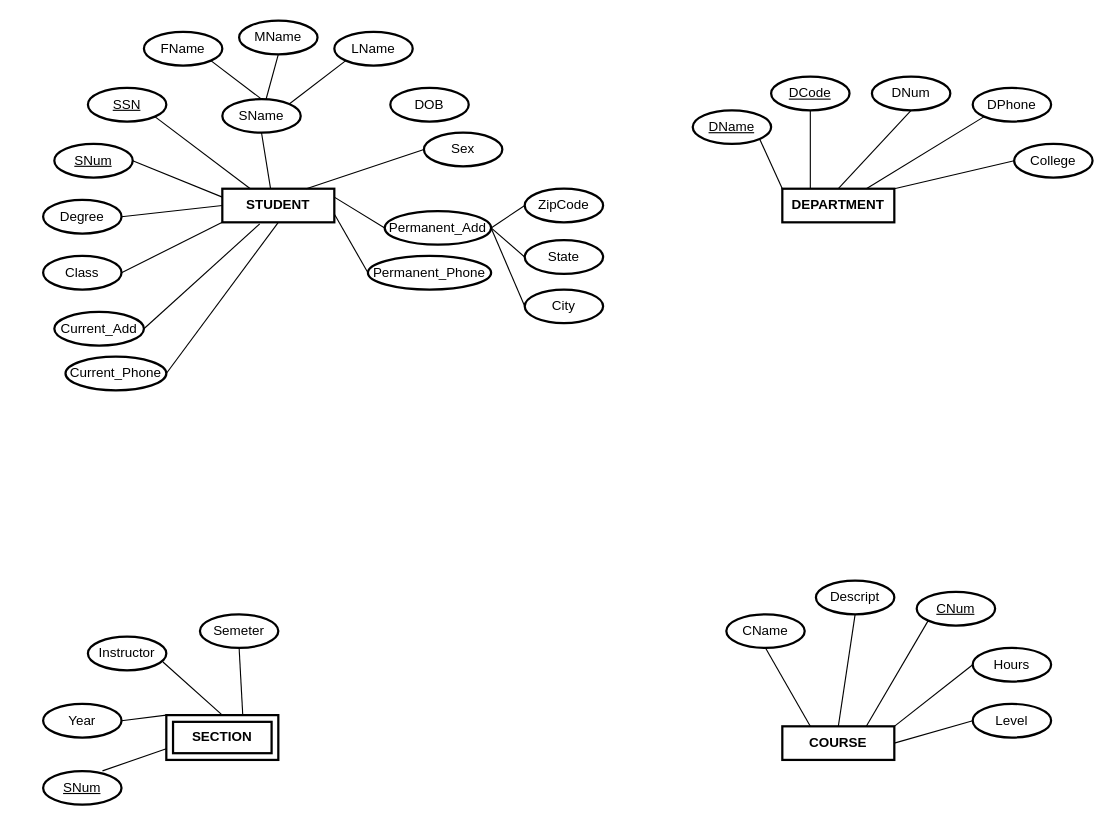
Earlier version of the draw.io diagram Ex1.drawio (kieuvantuyen01/testGit). Source tidied: cells renumbered, new cells numbered last; positions are measured from the earlier drawing's top-left corner, leaving out a move shared by most shapes. Both pictures are drawn from the tidied source at 112%, with x=0, y=0 at pixel (43, 20).
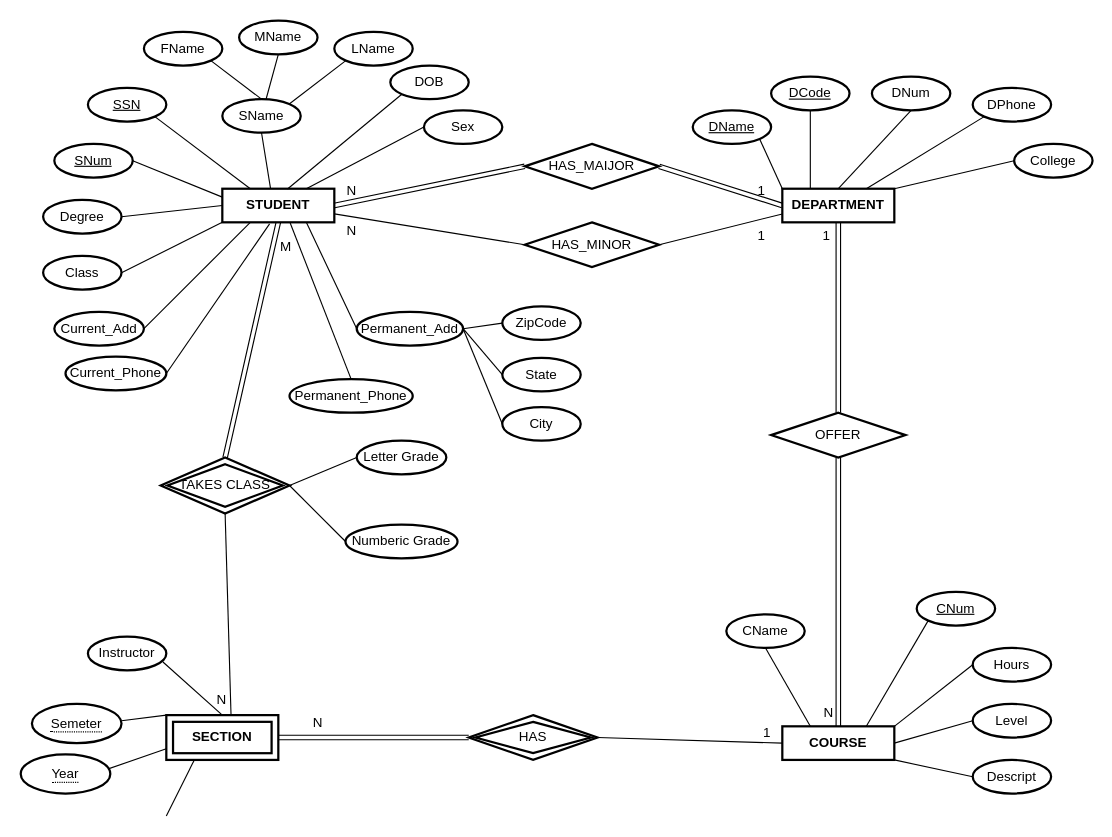
The same page after the edit.

Unchanged cells that the change refers to:
```xml
<mxCell id="2" value="STUDENT" style="rounded=0;whiteSpace=wrap;html=1;strokeWidth=2;fontStyle=1;" parent="1" vertex="1">
  <mxGeometry x="160" y="150" width="100" height="30" as="geometry" />
</mxCell>
<mxCell id="3" value="COURSE" style="rounded=0;whiteSpace=wrap;html=1;strokeWidth=2;fontStyle=1;" parent="1" vertex="1">
  <mxGeometry x="660" y="630" width="100" height="30" as="geometry" />
</mxCell>
<mxCell id="4" value="DEPARTMENT" style="rounded=0;whiteSpace=wrap;html=1;strokeWidth=2;fontStyle=1;" parent="1" vertex="1">
  <mxGeometry x="660" y="150" width="100" height="30" as="geometry" />
</mxCell>
<mxCell id="15" value="Current_Add" style="ellipse;whiteSpace=wrap;html=1;align=center;fontStyle=0;strokeWidth=2;" parent="1" vertex="1">
  <mxGeometry x="10" y="260" width="80" height="30" as="geometry" />
</mxCell>
<mxCell id="16" value="Current_Phone" style="ellipse;whiteSpace=wrap;html=1;align=center;fontStyle=0;strokeWidth=2;" parent="1" vertex="1">
  <mxGeometry x="20" y="300" width="90" height="30" as="geometry" />
</mxCell>
<mxCell id="36" value="&lt;b&gt;SECTION&lt;/b&gt;" style="shape=ext;margin=3;double=1;whiteSpace=wrap;html=1;align=center;strokeWidth=2;" parent="1" vertex="1">
  <mxGeometry x="110" y="620" width="100" height="40" as="geometry" />
</mxCell>
```

Diff of the diagram source:
```diff
@@
     <mxCell id="11" value="DOB" style="ellipse;whiteSpace=wrap;html=1;align=center;fontStyle=0;strokeWidth=2;" parent="1" vertex="1">
-      <mxGeometry x="310" y="60" width="70" height="30" as="geometry" />
+      <mxGeometry x="310" y="40" width="70" height="30" as="geometry" />
     </mxCell>
     <mxCell id="12" value="Sex" style="ellipse;whiteSpace=wrap;html=1;align=center;fontStyle=0;strokeWidth=2;" parent="1" vertex="1">
-      <mxGeometry x="340" y="100" width="70" height="30" as="geometry" />
+      <mxGeometry x="340" y="80" width="70" height="30" as="geometry" />
     </mxCell>
@@
     <mxCell id="17" value="Permanent_Add" style="ellipse;whiteSpace=wrap;html=1;align=center;fontStyle=0;strokeWidth=2;" parent="1" vertex="1">
-      <mxGeometry x="305" y="170" width="95" height="30" as="geometry" />
+      <mxGeometry x="280" y="260" width="95" height="30" as="geometry" />
     </mxCell>
     <mxCell id="18" value="Permanent_Phone" style="ellipse;whiteSpace=wrap;html=1;align=center;fontStyle=0;strokeWidth=2;" parent="1" vertex="1">
-      <mxGeometry x="290" y="210" width="110" height="30" as="geometry" />
+      <mxGeometry x="220" y="320" width="110" height="30" as="geometry" />
     </mxCell>
     <mxCell id="19" value="City" style="ellipse;whiteSpace=wrap;html=1;align=center;fontStyle=0;strokeWidth=2;" parent="1" vertex="1">
-      <mxGeometry x="430" y="240" width="70" height="30" as="geometry" />
+      <mxGeometry x="410" y="345" width="70" height="30" as="geometry" />
     </mxCell>
     <mxCell id="20" value="State" style="ellipse;whiteSpace=wrap;html=1;align=center;fontStyle=0;strokeWidth=2;" parent="1" vertex="1">
-      <mxGeometry x="430" y="196" width="70" height="30" as="geometry" />
+      <mxGeometry x="410" y="301" width="70" height="30" as="geometry" />
     </mxCell>
     <mxCell id="21" value="ZipCode" style="ellipse;whiteSpace=wrap;html=1;align=center;fontStyle=0;strokeWidth=2;" parent="1" vertex="1">
-      <mxGeometry x="430" y="150" width="70" height="30" as="geometry" />
+      <mxGeometry x="410" y="255" width="70" height="30" as="geometry" />
     </mxCell>
@@
     <mxCell id="28" value="Descript" style="ellipse;whiteSpace=wrap;html=1;align=center;fontStyle=0;strokeWidth=2;" parent="1" vertex="1">
-      <mxGeometry x="690" y="500" width="70" height="30" as="geometry" />
+      <mxGeometry x="830" y="660" width="70" height="30" as="geometry" />
     </mxCell>
@@
-    <mxCell id="33" value="Semeter" style="ellipse;whiteSpace=wrap;html=1;align=center;fontStyle=0;strokeWidth=2;" parent="1" vertex="1">
-      <mxGeometry x="140" y="530" width="70" height="30" as="geometry" />
-    </mxCell>
-    <mxCell id="34" value="Year" style="ellipse;whiteSpace=wrap;html=1;align=center;fontStyle=0;strokeWidth=2;" parent="1" vertex="1">
-      <mxGeometry y="610" width="70" height="30" as="geometry" />
-    </mxCell>
-    <mxCell id="35" value="SNum" style="ellipse;whiteSpace=wrap;html=1;align=center;fontStyle=4;strokeWidth=2;" parent="1" vertex="1">
-      <mxGeometry y="670" width="70" height="30" as="geometry" />
-    </mxCell>
@@
-    <mxCell id="39" style="endArrow=none;html=1;rounded=0;exitX=1;exitY=0.25;exitDx=0;exitDy=0;entryX=0;entryY=0.5;entryDx=0;entryDy=0;" parent="1" edge="1" source="2" target="17">
+    <mxCell id="39" style="endArrow=none;html=1;rounded=0;exitX=0.75;exitY=1;exitDx=0;exitDy=0;entryX=0;entryY=0.5;entryDx=0;entryDy=0;" parent="1" edge="1" source="2" target="17">
       <mxGeometry relative="1" as="geometry" />
     </mxCell>
-    <mxCell id="40" style="endArrow=none;html=1;rounded=0;exitX=1;exitY=0.75;exitDx=0;exitDy=0;entryX=0;entryY=0.5;entryDx=0;entryDy=0;" parent="1" edge="1" source="2" target="18">
+    <mxCell id="40" style="endArrow=none;html=1;rounded=0;exitX=0.606;exitY=1.02;exitDx=0;exitDy=0;entryX=0.5;entryY=0;entryDx=0;entryDy=0;exitPerimeter=0;" parent="1" edge="1" source="2" target="18">
       <mxGeometry relative="1" as="geometry" />
     </mxCell>
-    <mxCell id="41" style="endArrow=none;html=1;rounded=0;exitX=0.5;exitY=1;exitDx=0;exitDy=0;entryX=1;entryY=0.5;entryDx=0;entryDy=0;" parent="1" edge="1" source="2" target="16">
+    <mxCell id="41" style="endArrow=none;html=1;rounded=0;exitX=0.422;exitY=1.047;exitDx=0;exitDy=0;entryX=1;entryY=0.5;entryDx=0;entryDy=0;exitPerimeter=0;" parent="1" edge="1" source="2" target="16">
       <mxGeometry relative="1" as="geometry" />
     </mxCell>
-    <mxCell id="42" style="endArrow=none;html=1;rounded=0;exitX=0.334;exitY=1.047;exitDx=0;exitDy=0;entryX=1;entryY=0.5;entryDx=0;entryDy=0;exitPerimeter=0;" parent="1" edge="1" source="2" target="15">
+    <mxCell id="42" style="endArrow=none;html=1;rounded=0;exitX=0.25;exitY=1;exitDx=0;exitDy=0;entryX=1;entryY=0.5;entryDx=0;entryDy=0;" parent="1" edge="1" source="2" target="15">
       <mxGeometry relative="1" as="geometry" />
     </mxCell>
@@
-    <mxCell id="59" style="endArrow=none;html=1;rounded=0;entryX=0.5;entryY=0;entryDx=0;entryDy=0;exitX=0.5;exitY=1;exitDx=0;exitDy=0;" parent="1" edge="1" source="28" target="3">
+    <mxCell id="59" style="endArrow=none;html=1;rounded=0;entryX=1;entryY=1;entryDx=0;entryDy=0;exitX=0;exitY=0.5;exitDx=0;exitDy=0;" parent="1" edge="1" source="28" target="3">
       <mxGeometry relative="1" as="geometry" />
     </mxCell>
@@
-    <mxCell id="63" style="endArrow=none;html=1;rounded=0;exitX=0.682;exitY=-0.025;exitDx=0;exitDy=0;exitPerimeter=0;entryX=0.5;entryY=1;entryDx=0;entryDy=0;" parent="1" edge="1" source="36" target="33">
-      <mxGeometry relative="1" as="geometry" />
+    <mxCell id="63" style="endArrow=none;html=1;rounded=0;exitX=0.25;exitY=1;exitDx=0;exitDy=0;" parent="1" edge="1" source="36">
+      <mxGeometry relative="1" as="geometry">
+        <mxPoint x="110" y="710" as="targetPoint" />
+      </mxGeometry>
     </mxCell>
@@
-    <mxCell id="65" style="endArrow=none;html=1;rounded=0;exitX=0;exitY=0;exitDx=0;exitDy=0;entryX=1;entryY=0.5;entryDx=0;entryDy=0;" parent="1" edge="1" source="36" target="34">
-      <mxGeometry relative="1" as="geometry" />
+    <mxCell id="65" style="endArrow=none;html=1;rounded=0;exitX=0;exitY=0;exitDx=0;exitDy=0;entryX=1;entryY=0.5;entryDx=0;entryDy=0;" parent="1" edge="1" source="36">
+      <mxGeometry relative="1" as="geometry">
+        <mxPoint x="70" y="625" as="targetPoint" />
+      </mxGeometry>
     </mxCell>
-    <mxCell id="66" style="endArrow=none;html=1;rounded=0;exitX=0;exitY=0.75;exitDx=0;exitDy=0;entryX=0.757;entryY=-0.007;entryDx=0;entryDy=0;entryPerimeter=0;" parent="1" edge="1" source="36" target="35">
-      <mxGeometry relative="1" as="geometry" />
+    <mxCell id="66" style="endArrow=none;html=1;rounded=0;exitX=0;exitY=0.75;exitDx=0;exitDy=0;entryX=0.757;entryY=-0.007;entryDx=0;entryDy=0;entryPerimeter=0;" parent="1" edge="1" source="36">
+      <mxGeometry relative="1" as="geometry">
+        <mxPoint x="53" y="669.8" as="targetPoint" />
+      </mxGeometry>
     </mxCell>
+    <mxCell id="67" value="HAS_MAIJOR" style="shape=rhombus;perimeter=rhombusPerimeter;whiteSpace=wrap;html=1;align=center;strokeWidth=2;" parent="1" vertex="1">
+      <mxGeometry x="430" y="110" width="120" height="40" as="geometry" />
+    </mxCell>
+    <mxCell id="68" value="HAS_MINOR" style="shape=rhombus;perimeter=rhombusPerimeter;whiteSpace=wrap;html=1;align=center;strokeWidth=2;" parent="1" vertex="1">
+      <mxGeometry x="430" y="180" width="120" height="40" as="geometry" />
+    </mxCell>
+    <mxCell id="69" style="endArrow=none;html=1;rounded=0;exitX=0.582;exitY=0.007;exitDx=0;exitDy=0;entryX=0;entryY=1;entryDx=0;entryDy=0;exitPerimeter=0;" parent="1" edge="1" source="2" target="11">
+      <mxGeometry relative="1" as="geometry" />
+    </mxCell>
+    <mxCell id="70" style="shape=link;html=1;rounded=0;entryX=0;entryY=0.5;entryDx=0;entryDy=0;exitX=1;exitY=0.5;exitDx=0;exitDy=0;" parent="1" edge="1" source="67" target="4">
+      <mxGeometry relative="1" as="geometry" />
+    </mxCell>
+    <mxCell id="71" value="1" style="html=1;align=right;verticalAlign=bottom;" parent="70" vertex="1">
+      <mxGeometry x="1" relative="1" as="geometry">
+        <mxPoint x="-14.6" y="-4.9" as="offset" />
+      </mxGeometry>
+    </mxCell>
+    <mxCell id="72" style="shape=link;html=1;rounded=0;exitX=1;exitY=0.5;exitDx=0;exitDy=0;entryX=0;entryY=0.5;entryDx=0;entryDy=0;" parent="1" edge="1" source="2" target="67">
+      <mxGeometry relative="1" as="geometry" />
+    </mxCell>
+    <mxCell id="73" value="N" style="html=1;align=right;verticalAlign=bottom;" parent="72" vertex="1">
+      <mxGeometry x="1" relative="1" as="geometry">
+        <mxPoint x="-150.4" y="30.1" as="offset" />
+      </mxGeometry>
+    </mxCell>
+    <mxCell id="74" style="endArrow=none;html=1;rounded=0;entryX=0;entryY=0.75;entryDx=0;entryDy=0;exitX=1;exitY=0.5;exitDx=0;exitDy=0;" parent="1" edge="1" source="68" target="4">
+      <mxGeometry relative="1" as="geometry" />
+    </mxCell>
+    <mxCell id="75" value="1" style="html=1;align=right;verticalAlign=bottom;" parent="74" vertex="1">
+      <mxGeometry x="1" relative="1" as="geometry">
+        <mxPoint x="-14.6" y="27.4" as="offset" />
+      </mxGeometry>
+    </mxCell>
+    <mxCell id="76" style="endArrow=none;html=1;rounded=0;exitX=1;exitY=0.75;exitDx=0;exitDy=0;entryX=0;entryY=0.5;entryDx=0;entryDy=0;" parent="1" edge="1" source="2" target="68">
+      <mxGeometry relative="1" as="geometry" />
+    </mxCell>
+    <mxCell id="77" value="N" style="html=1;align=right;verticalAlign=bottom;" parent="76" vertex="1">
+      <mxGeometry x="1" relative="1" as="geometry">
+        <mxPoint x="-149.8" y="-4" as="offset" />
+      </mxGeometry>
+    </mxCell>
+    <mxCell id="78" value="OFFER" style="shape=rhombus;perimeter=rhombusPerimeter;whiteSpace=wrap;html=1;align=center;strokeWidth=2;" parent="1" vertex="1">
+      <mxGeometry x="650" y="350" width="120" height="40" as="geometry" />
+    </mxCell>
+    <mxCell id="79" style="shape=link;html=1;rounded=0;entryX=0.5;entryY=1;entryDx=0;entryDy=0;exitX=0.5;exitY=0;exitDx=0;exitDy=0;" parent="1" edge="1" source="78" target="4">
+      <mxGeometry relative="1" as="geometry" />
+    </mxCell>
+    <mxCell id="80" value="1" style="html=1;align=right;verticalAlign=bottom;" parent="79" vertex="1">
+      <mxGeometry x="1" relative="1" as="geometry">
+        <mxPoint x="-7" y="20.3" as="offset" />
+      </mxGeometry>
+    </mxCell>
+    <mxCell id="81" style="shape=link;html=1;rounded=0;entryX=0.5;entryY=0;entryDx=0;entryDy=0;exitX=0.5;exitY=1;exitDx=0;exitDy=0;" parent="1" edge="1" source="78" target="3">
+      <mxGeometry relative="1" as="geometry" />
+    </mxCell>
+    <mxCell id="82" value="N" style="html=1;align=right;verticalAlign=bottom;" parent="81" vertex="1">
+      <mxGeometry x="1" relative="1" as="geometry">
+        <mxPoint x="-4" y="-4" as="offset" />
+      </mxGeometry>
+    </mxCell>
+    <mxCell id="83" value="HAS" style="shape=rhombus;double=1;perimeter=rhombusPerimeter;whiteSpace=wrap;html=1;align=center;strokeWidth=2;" parent="1" vertex="1">
+      <mxGeometry x="380" y="620" width="115" height="40" as="geometry" />
+    </mxCell>
+    <mxCell id="84" style="endArrow=none;html=1;rounded=0;entryX=0;entryY=0.5;entryDx=0;entryDy=0;exitX=1;exitY=0.5;exitDx=0;exitDy=0;" parent="1" edge="1" source="83" target="3">
+      <mxGeometry relative="1" as="geometry" />
+    </mxCell>
+    <mxCell id="85" value="1" style="html=1;align=right;verticalAlign=bottom;" parent="84" vertex="1">
+      <mxGeometry x="1" relative="1" as="geometry">
+        <mxPoint x="-10" y="-1" as="offset" />
+      </mxGeometry>
+    </mxCell>
+    <mxCell id="86" style="shape=link;html=1;rounded=0;exitX=1;exitY=0.5;exitDx=0;exitDy=0;entryX=0;entryY=0.5;entryDx=0;entryDy=0;" parent="1" edge="1" source="36" target="83">
+      <mxGeometry relative="1" as="geometry" />
+    </mxCell>
+    <mxCell id="87" value="N" style="html=1;align=right;verticalAlign=bottom;" parent="86" vertex="1">
+      <mxGeometry x="1" relative="1" as="geometry">
+        <mxPoint x="-129.9" y="-5" as="offset" />
+      </mxGeometry>
+    </mxCell>
+    <mxCell id="88" value="TAKES CLASS" style="shape=rhombus;double=1;perimeter=rhombusPerimeter;whiteSpace=wrap;html=1;align=center;strokeWidth=2;" parent="1" vertex="1">
+      <mxGeometry x="105" y="390" width="115" height="50" as="geometry" />
+    </mxCell>
+    <mxCell id="89" style="endArrow=none;html=1;rounded=0;entryX=0.578;entryY=0.015;entryDx=0;entryDy=0;entryPerimeter=0;exitX=0.5;exitY=1;exitDx=0;exitDy=0;" parent="1" edge="1" source="88" target="36">
+      <mxGeometry relative="1" as="geometry" />
+    </mxCell>
+    <mxCell id="90" value="N" style="html=1;align=right;verticalAlign=bottom;" parent="89" vertex="1">
+      <mxGeometry x="1" relative="1" as="geometry">
+        <mxPoint x="-4" y="-6" as="offset" />
+      </mxGeometry>
+    </mxCell>
+    <mxCell id="91" style="shape=link;html=1;rounded=0;exitX=0.5;exitY=1;exitDx=0;exitDy=0;entryX=0.5;entryY=0;entryDx=0;entryDy=0;" parent="1" edge="1" source="2" target="88">
+      <mxGeometry relative="1" as="geometry" />
+    </mxCell>
+    <mxCell id="92" value="M" style="html=1;align=left;verticalAlign=bottom;" parent="91" vertex="1">
+      <mxGeometry x="-1" relative="1" as="geometry">
+        <mxPoint y="30" as="offset" />
+      </mxGeometry>
+    </mxCell>
+    <mxCell id="93" value="Numberic Grade" style="ellipse;whiteSpace=wrap;html=1;align=center;fontStyle=0;strokeWidth=2;" parent="1" vertex="1">
+      <mxGeometry x="270" y="450" width="100" height="30" as="geometry" />
+    </mxCell>
+    <mxCell id="94" value="Letter Grade" style="ellipse;whiteSpace=wrap;html=1;align=center;fontStyle=0;strokeWidth=2;" parent="1" vertex="1">
+      <mxGeometry x="280" y="375" width="80" height="30" as="geometry" />
+    </mxCell>
+    <mxCell id="95" style="endArrow=none;html=1;rounded=0;exitX=1;exitY=0.5;exitDx=0;exitDy=0;entryX=0;entryY=0.5;entryDx=0;entryDy=0;" parent="1" edge="1" source="88" target="94">
+      <mxGeometry relative="1" as="geometry" />
+    </mxCell>
+    <mxCell id="96" style="endArrow=none;html=1;rounded=0;exitX=1;exitY=0.5;exitDx=0;exitDy=0;entryX=0;entryY=0.5;entryDx=0;entryDy=0;" parent="1" edge="1" source="88" target="93">
+      <mxGeometry relative="1" as="geometry" />
+    </mxCell>
+    <mxCell id="33" value="&lt;span style=&quot;border-bottom: 1px dotted&quot;&gt;Semeter&lt;/span&gt;" style="ellipse;whiteSpace=wrap;html=1;align=center;strokeWidth=2;" parent="1" vertex="1">
+      <mxGeometry x="-10" y="610" width="80" height="35" as="geometry" />
+    </mxCell>
+    <mxCell id="34" value="&lt;span style=&quot;border-bottom: 1px dotted&quot;&gt;Year&lt;/span&gt;" style="ellipse;whiteSpace=wrap;html=1;align=center;strokeWidth=2;" parent="1" vertex="1">
+      <mxGeometry x="-20" y="655" width="80" height="35" as="geometry" />
+    </mxCell>
```
